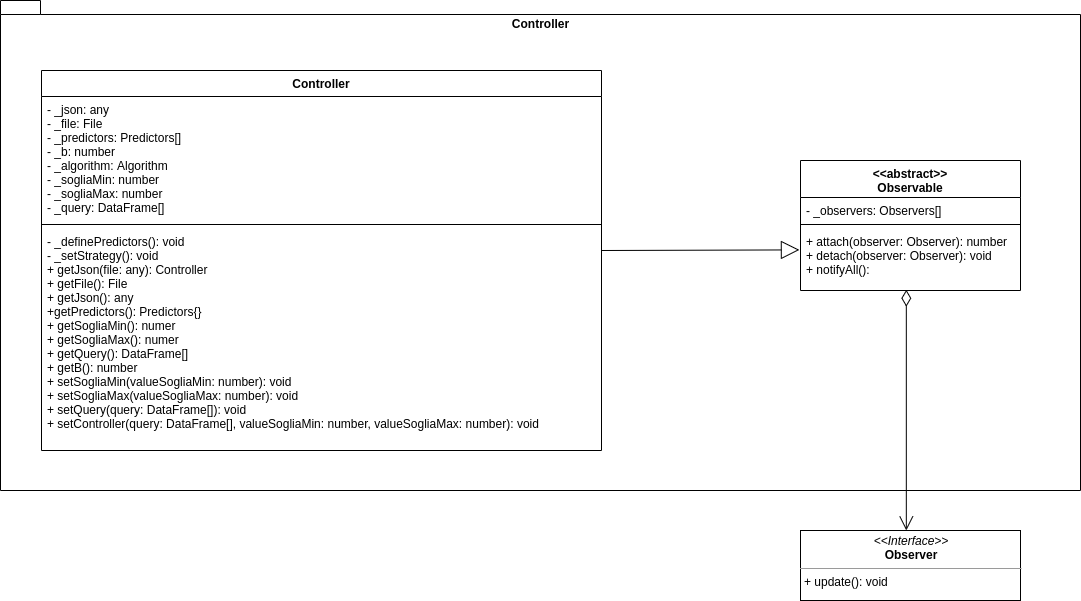
Before: Diagrams/Classes_diagrams/plugin_controller.png, a diagram exported from draw.io (teamafkSWE/PredireInGrafana-docs). Source tidied: cells renumbered, new cells last; positions are measured from the earlier drawing's top-left corner, leaving out a move shared by most shapes.
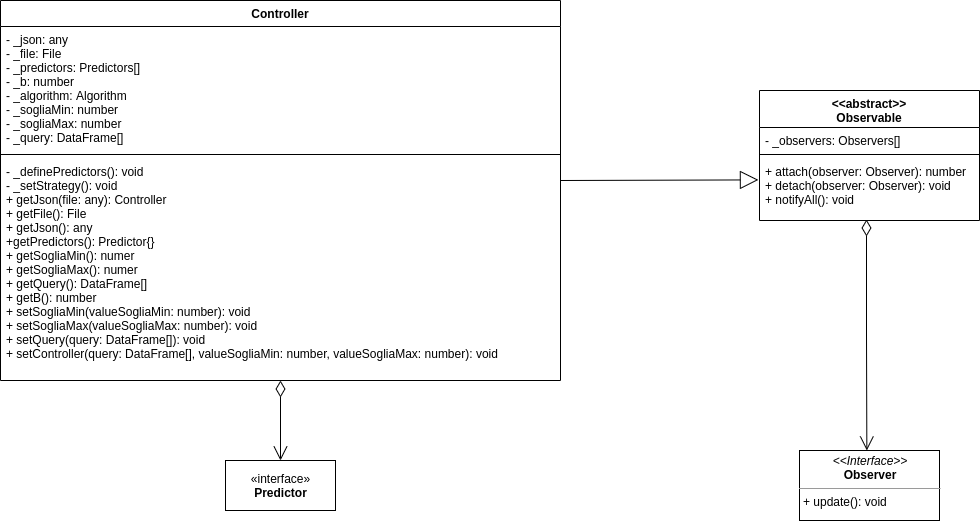
The same file after the commit.

Diff of the diagram source:
```diff
@@ -2,11 +2,8 @@
   <root>
     <mxCell id="0" />
     <mxCell id="1" parent="0" />
-    <mxCell id="2" value="Controller" style="shape=folder;fontStyle=1;spacingTop=10;tabWidth=40;tabHeight=14;tabPosition=left;html=1;flipV=0;align=center;verticalAlign=top;flipH=0;" parent="1" vertex="1">
-      <mxGeometry width="1080" height="490" as="geometry" />
-    </mxCell>
     <mxCell id="3" value="&lt;p style=&quot;margin: 0px ; margin-top: 4px ; text-align: center&quot;&gt;&lt;i&gt;&amp;lt;&amp;lt;Interface&amp;gt;&amp;gt;&lt;/i&gt;&lt;br&gt;&lt;b&gt;Observer&lt;/b&gt;&lt;/p&gt;&lt;hr size=&quot;1&quot;&gt;&lt;p style=&quot;margin: 0px ; margin-left: 4px&quot;&gt;&lt;span&gt;+ update(): void&lt;/span&gt;&lt;br&gt;&lt;/p&gt;" style="verticalAlign=top;align=left;overflow=fill;fontSize=12;fontFamily=Helvetica;html=1;" parent="1" vertex="1">
-      <mxGeometry x="800" y="530" width="220" height="70" as="geometry" />
+      <mxGeometry x="840" y="520" width="140" height="70" as="geometry" />
     </mxCell>
     <mxCell id="4" value="Controller" style="swimlane;fontStyle=1;align=center;verticalAlign=top;horizontal=1;startSize=26;" parent="1" vertex="1">
       <mxGeometry x="41" y="70" width="560" height="380" as="geometry" />
@@ -17,7 +14,7 @@
     <mxCell id="6" style="line;strokeWidth=1;fillColor=none;align=left;verticalAlign=middle;spacingTop=-1;spacingLeft=3;spacingRight=3;labelPosition=right;" parent="4" vertex="1">
       <mxGeometry y="150" width="560" height="8" as="geometry" />
     </mxCell>
-    <mxCell id="7" value="- _definePredictors(): void&#10;- _setStrategy(): void&#10;+ getJson(file: any): Controller&#10;+ getFile(): File&#10;+ getJson(): any&#10;+getPredictors(): Predictors{}&#10;+ getSogliaMin(): numer&#10;+ getSogliaMax(): numer&#10;+ getQuery(): DataFrame[]&#10;+ getB(): number&#10;+ setSogliaMin(valueSogliaMin: number): void&#10;+ setSogliaMax(valueSogliaMax: number): void&#10;+ setQuery(query: DataFrame[]): void&#10;+ setController(query: DataFrame[], valueSogliaMin: number, valueSogliaMax: number): void" style="text;strokeColor=none;fillColor=none;align=left;verticalAlign=top;spacingLeft=4;spacingRight=4;overflow=hidden;" parent="4" vertex="1">
+    <mxCell id="7" value="- _definePredictors(): void&#10;- _setStrategy(): void&#10;+ getJson(file: any): Controller&#10;+ getFile(): File&#10;+ getJson(): any&#10;+getPredictors(): Predictor{}&#10;+ getSogliaMin(): numer&#10;+ getSogliaMax(): numer&#10;+ getQuery(): DataFrame[]&#10;+ getB(): number&#10;+ setSogliaMin(valueSogliaMin: number): void&#10;+ setSogliaMax(valueSogliaMax: number): void&#10;+ setQuery(query: DataFrame[]): void&#10;+ setController(query: DataFrame[], valueSogliaMin: number, valueSogliaMax: number): void" style="text;strokeColor=none;fillColor=none;align=left;verticalAlign=top;spacingLeft=4;spacingRight=4;overflow=hidden;" parent="4" vertex="1">
       <mxGeometry y="158" width="560" height="222" as="geometry" />
     </mxCell>
     <mxCell id="8" value="&lt;&lt;abstract&gt;&gt;&#10;Observable" style="swimlane;fontStyle=1;align=center;verticalAlign=top;horizontal=1;startSize=37;" parent="1" vertex="1">
@@ -29,7 +26,7 @@
     <mxCell id="10" style="line;strokeWidth=1;fillColor=none;align=left;verticalAlign=middle;spacingTop=-1;spacingLeft=3;spacingRight=3;labelPosition=right;" parent="8" vertex="1">
       <mxGeometry y="60" width="220" height="8" as="geometry" />
     </mxCell>
-    <mxCell id="11" value="+ attach(observer: Observer): number &#10;+ detach(observer: Observer): void&#10;+ notifyAll(): " style="text;strokeColor=none;fillColor=none;align=left;verticalAlign=top;spacingLeft=4;spacingRight=4;overflow=hidden;points=[[0,0.5],[1,0.5]];portConstraint=eastwest;" parent="8" vertex="1">
+    <mxCell id="11" value="+ attach(observer: Observer): number &#10;+ detach(observer: Observer): void&#10;+ notifyAll(): void" style="text;strokeColor=none;fillColor=none;align=left;verticalAlign=top;spacingLeft=4;spacingRight=4;overflow=hidden;points=[[0,0.5],[1,0.5]];portConstraint=eastwest;" parent="8" vertex="1">
       <mxGeometry y="68" width="220" height="62" as="geometry" />
     </mxCell>
     <mxCell id="12" style="endArrow=block;endSize=16;endFill=0;html=1;entryX=-0.005;entryY=0.345;entryDx=0;entryDy=0;entryPerimeter=0;" parent="1" edge="1" target="11">
@@ -37,8 +34,10 @@
         <mxPoint x="601" y="250" as="sourcePoint" />
       </mxGeometry>
     </mxCell>
-    <mxCell id="13" style="endArrow=open;html=1;endSize=12;startArrow=diamondThin;startSize=14;startFill=0;edgeStyle=orthogonalEdgeStyle;exitX=0.481;exitY=0.988;exitDx=0;exitDy=0;exitPerimeter=0;entryX=0.481;entryY=0;entryDx=0;entryDy=0;entryPerimeter=0;" parent="1" edge="1" source="11" target="3">
-      <mxGeometry relative="1" as="geometry" />
+    <mxCell id="13" style="endArrow=open;html=1;endSize=12;startArrow=diamondThin;startSize=14;startFill=0;edgeStyle=orthogonalEdgeStyle;entryX=0.481;entryY=0;entryDx=0;entryDy=0;entryPerimeter=0;" parent="1" edge="1" target="3">
+      <mxGeometry relative="1" as="geometry">
+        <mxPoint x="907" y="289" as="sourcePoint" />
+      </mxGeometry>
     </mxCell>
     <mxCell id="14" style="html=1;align=left;verticalAlign=top;labelBackgroundColor=#ffffff;fontSize=10;" parent="13" vertex="1">
       <mxGeometry x="-1" relative="1" as="geometry" />
@@ -46,5 +45,19 @@
     <mxCell id="15" style="html=1;align=right;verticalAlign=top;labelBackgroundColor=#ffffff;fontSize=10;" parent="13" vertex="1">
       <mxGeometry x="1" relative="1" as="geometry" />
     </mxCell>
+    <mxCell id="16" value="«interface»&lt;br&gt;&lt;div&gt;&lt;b&gt;Predictor&lt;/b&gt;&lt;/div&gt;" style="html=1;align=center;" parent="1" vertex="1">
+      <mxGeometry x="266" y="530" width="110" height="50" as="geometry" />
+    </mxCell>
+    <mxCell id="17" style="endArrow=open;html=1;endSize=12;startArrow=diamondThin;startSize=14;startFill=0;edgeStyle=orthogonalEdgeStyle;" parent="1" edge="1" target="16">
+      <mxGeometry relative="1" as="geometry">
+        <mxPoint x="321" y="450" as="sourcePoint" />
+      </mxGeometry>
+    </mxCell>
+    <mxCell id="18" style="html=1;align=left;verticalAlign=top;labelBackgroundColor=#ffffff;fontSize=10;" parent="17" vertex="1">
+      <mxGeometry x="-1" relative="1" as="geometry" />
+    </mxCell>
+    <mxCell id="19" style="html=1;align=right;verticalAlign=top;labelBackgroundColor=#ffffff;fontSize=10;" parent="17" vertex="1">
+      <mxGeometry x="1" relative="1" as="geometry" />
+    </mxCell>
   </root>
 </mxGraphModel>
```
